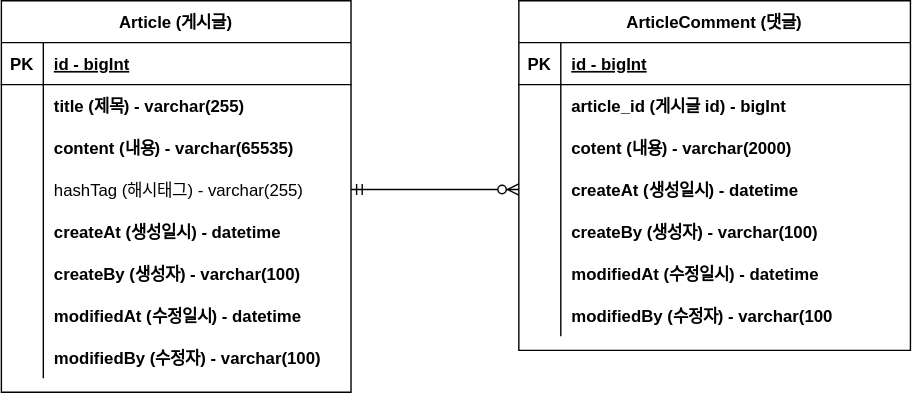
This is document/project-board-erd.svg from jae-ryeong/fastcampus-project-board, a draw.io export, as it was before one commit. Source tidied: cells renumbered, new cells last; positions are measured from the earlier drawing's top-left corner, leaving out a move shared by most shapes.
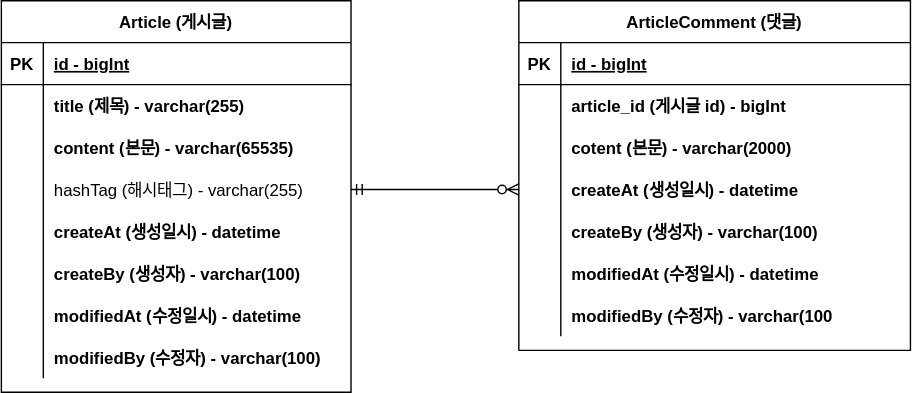
The same diagram one commit later.

Commit message:
#8 - ERD 주석 업데이트:project-board-erd.svg 업데이트

Diff of the diagram source:
```diff
@@ -29,7 +29,7 @@
     <mxCell id="10" style="shape=partialRectangle;overflow=hidden;fillColor=none;top=0;left=0;bottom=0;right=0;" parent="9" vertex="1">
       <mxGeometry width="30" height="30" as="geometry" />
     </mxCell>
-    <mxCell id="11" value="cotent (내용) - varchar(2000)" style="shape=partialRectangle;overflow=hidden;fillColor=none;top=0;left=0;bottom=0;right=0;align=left;spacingLeft=6;fontStyle=1;" parent="9" vertex="1">
+    <mxCell id="11" value="cotent (본문) - varchar(2000)" style="shape=partialRectangle;overflow=hidden;fillColor=none;top=0;left=0;bottom=0;right=0;align=left;spacingLeft=6;fontStyle=1;" parent="9" vertex="1">
       <mxGeometry x="30" width="250" height="30" as="geometry" />
     </mxCell>
     <mxCell id="12" style="shape=partialRectangle;fillColor=none;points=[[0,0.5],[1,0.5]];portConstraint=eastwest;top=0;left=0;right=0;bottom=0;" parent="2" vertex="1">
@@ -98,7 +98,7 @@
     <mxCell id="33" style="shape=partialRectangle;overflow=hidden;fillColor=none;top=0;left=0;bottom=0;right=0;" parent="32" vertex="1">
       <mxGeometry width="30" height="30" as="geometry" />
     </mxCell>
-    <mxCell id="34" value="content (내용) - varchar(65535)" style="shape=partialRectangle;overflow=hidden;fillColor=none;top=0;left=0;bottom=0;right=0;align=left;spacingLeft=6;fontStyle=1;" parent="32" vertex="1">
+    <mxCell id="34" value="content (본문) - varchar(65535)" style="shape=partialRectangle;overflow=hidden;fillColor=none;top=0;left=0;bottom=0;right=0;align=left;spacingLeft=6;fontStyle=1;" parent="32" vertex="1">
       <mxGeometry x="30" width="220" height="30" as="geometry" />
     </mxCell>
     <mxCell id="35" style="shape=partialRectangle;fillColor=none;points=[[0,0.5],[1,0.5]];portConstraint=eastwest;top=0;left=0;right=0;bottom=0;" parent="25" vertex="1">
```
